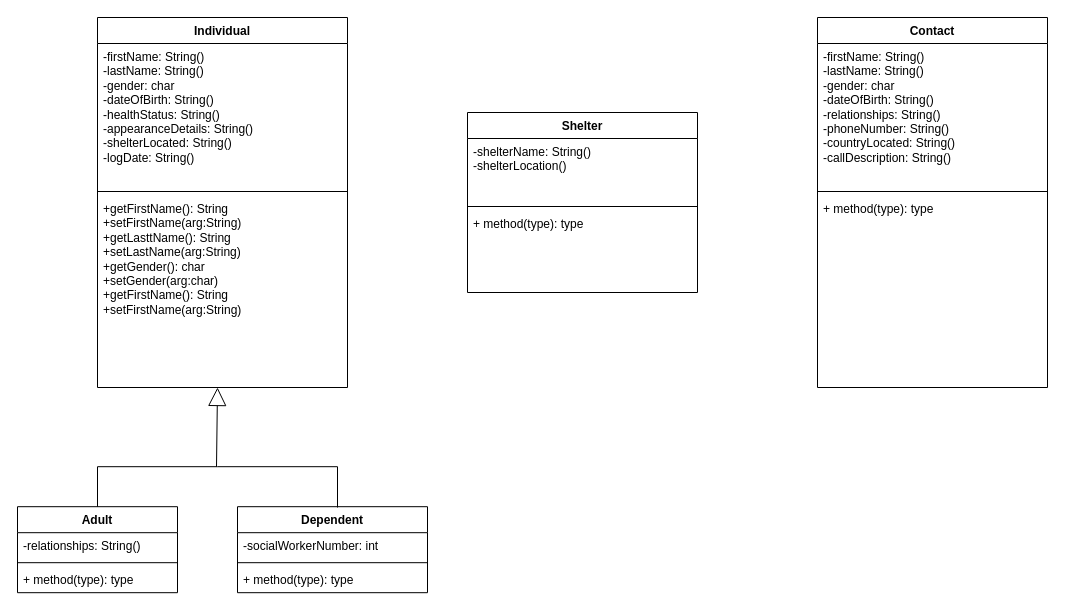
The draw.io diagram disaster_recover_UML_25.drawio in ENSF-380-Group-25/Project-1, before the edit. Source tidied: cells renumbered, new cells numbered last; positions are measured from the earlier drawing's top-left corner, leaving out a move shared by most shapes. Both pictures are drawn from the tidied source at 100%, with x=0, y=0 at pixel (17, 17).
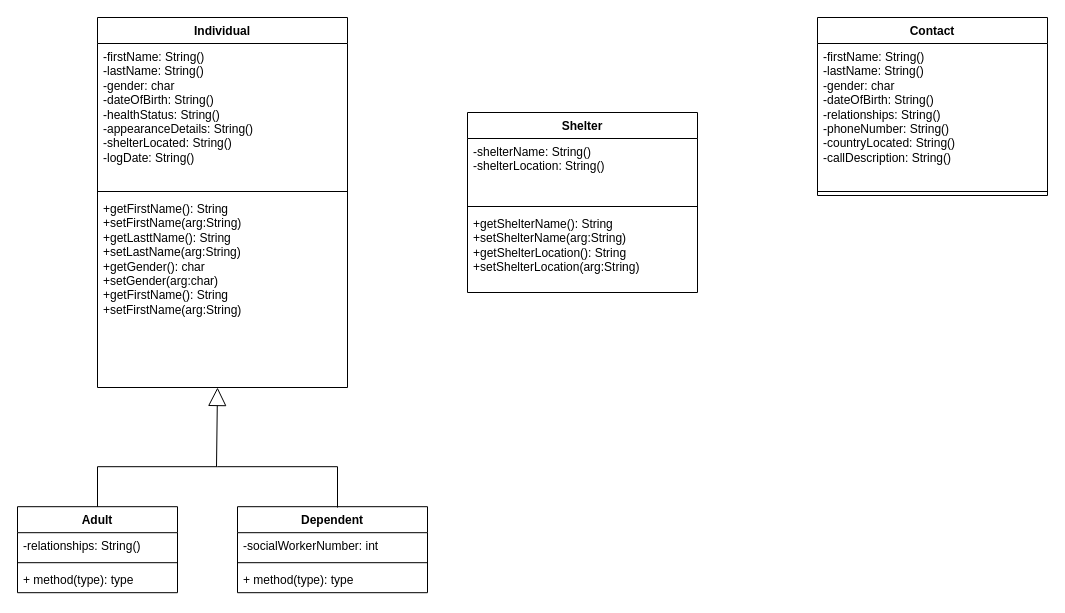
The same diagram, later.

Commit message:
Shelter Get and Set

Unchanged cells that the change refers to:
```xml
<mxCell id="23" value="Shelter" style="swimlane;fontStyle=1;align=center;verticalAlign=top;horizontal=1;startSize=26;whiteSpace=wrap;html=1;" parent="1" vertex="1">
  <mxGeometry x="450" y="95" width="230" height="180" as="geometry" />
</mxCell>
```

Change to the diagram source:
```diff
@@
     <mxCell id="19" value="Contact" style="swimlane;fontStyle=1;align=center;verticalAlign=top;horizontal=1;startSize=26;whiteSpace=wrap;html=1;" parent="1" vertex="1">
-      <mxGeometry x="800" width="230" height="370" as="geometry" />
+      <mxGeometry x="800" width="230" height="178" as="geometry" />
     </mxCell>
@@
-    <mxCell id="22" value="+ method(type): type" style="text;strokeColor=none;fillColor=none;align=left;verticalAlign=top;spacingLeft=4;spacingRight=4;overflow=hidden;whiteSpace=wrap;html=1;" parent="19" vertex="1">
-      <mxGeometry y="178" width="230" height="192" as="geometry" />
-    </mxCell>
@@
-    <mxCell id="24" value="-shelterName: String()&lt;div&gt;-shelterLocation()&lt;/div&gt;" style="text;strokeColor=none;fillColor=none;align=left;verticalAlign=top;spacingLeft=4;spacingRight=4;overflow=hidden;whiteSpace=wrap;html=1;" parent="23" vertex="1">
+    <mxCell id="24" value="-shelterName: String()&lt;div&gt;-shelterLocation&lt;span style=&quot;background-color: transparent; color: light-dark(rgb(0, 0, 0), rgb(255, 255, 255));&quot;&gt;: String()&lt;/span&gt;&lt;/div&gt;" style="text;strokeColor=none;fillColor=none;align=left;verticalAlign=top;spacingLeft=4;spacingRight=4;overflow=hidden;whiteSpace=wrap;html=1;" parent="23" vertex="1">
       <mxGeometry y="26" width="230" height="64" as="geometry" />
     </mxCell>
@@
-    <mxCell id="26" value="+ method(type): type" style="text;strokeColor=none;fillColor=none;align=left;verticalAlign=top;spacingLeft=4;spacingRight=4;overflow=hidden;whiteSpace=wrap;html=1;" parent="23" vertex="1">
+    <mxCell id="26" value="+getShelterName(): String&lt;div&gt;+setShelterName(arg:String)&lt;/div&gt;&lt;div&gt;+getShelterLocation(): String&lt;/div&gt;&lt;div&gt;&lt;div&gt;+setShelterLocation(arg:String)&lt;/div&gt;&lt;/div&gt;&lt;div&gt;&lt;br&gt;&lt;/div&gt;" style="text;strokeColor=none;fillColor=none;align=left;verticalAlign=top;spacingLeft=4;spacingRight=4;overflow=hidden;whiteSpace=wrap;html=1;" parent="23" vertex="1">
       <mxGeometry y="98" width="230" height="82" as="geometry" />
     </mxCell>
```
